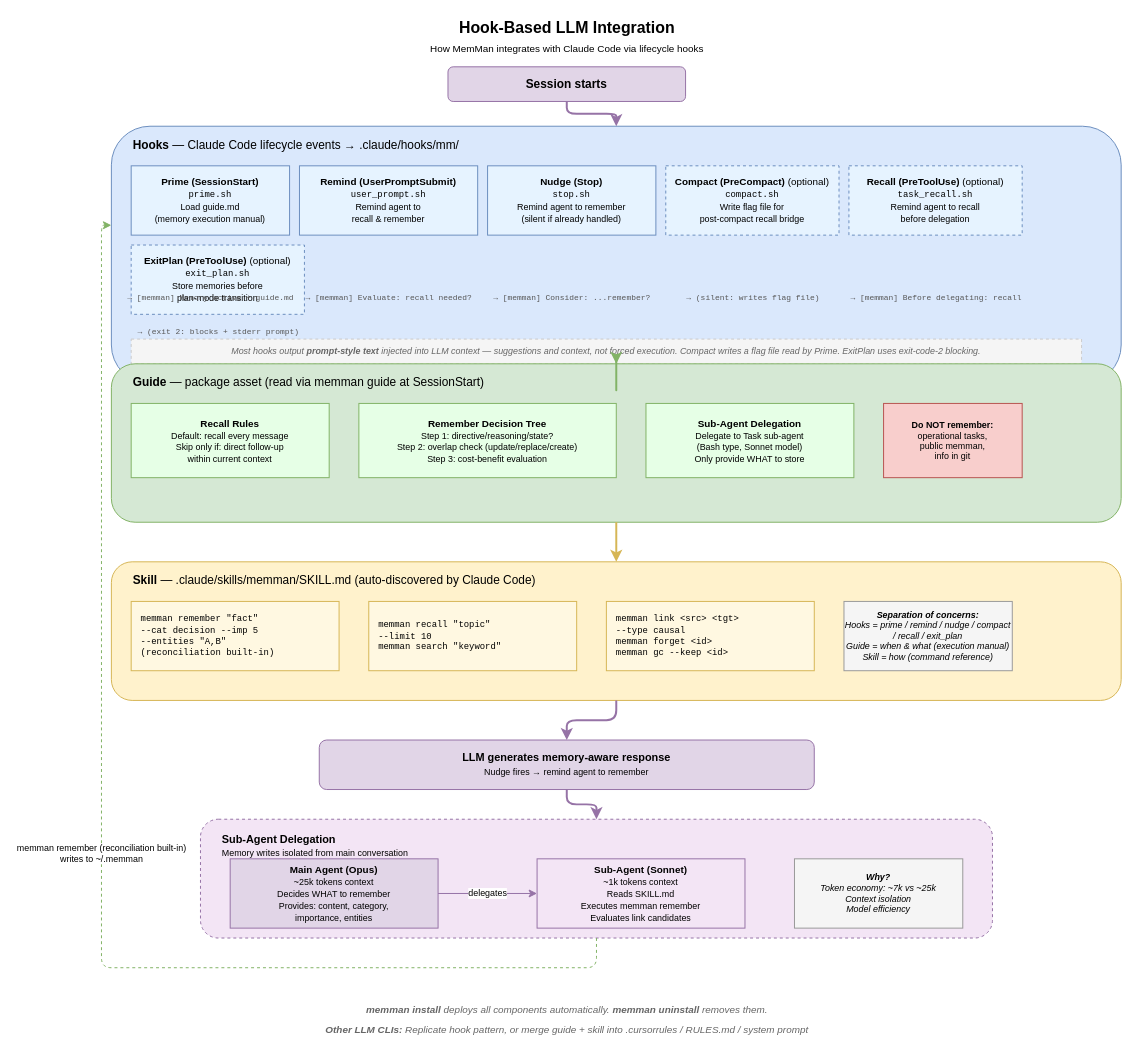
bissli/memman keeps this draw.io diagram as docs/diagrams/08-three-layer-integration.drawio. Above is the earlier version. Source tidied: cells renumbered, new cells numbered last; positions are measured from the earlier drawing's top-left corner, leaving out a move shared by most shapes. Both pictures are drawn from the tidied source at 99%, with x=0, y=0 at pixel (101, 17).
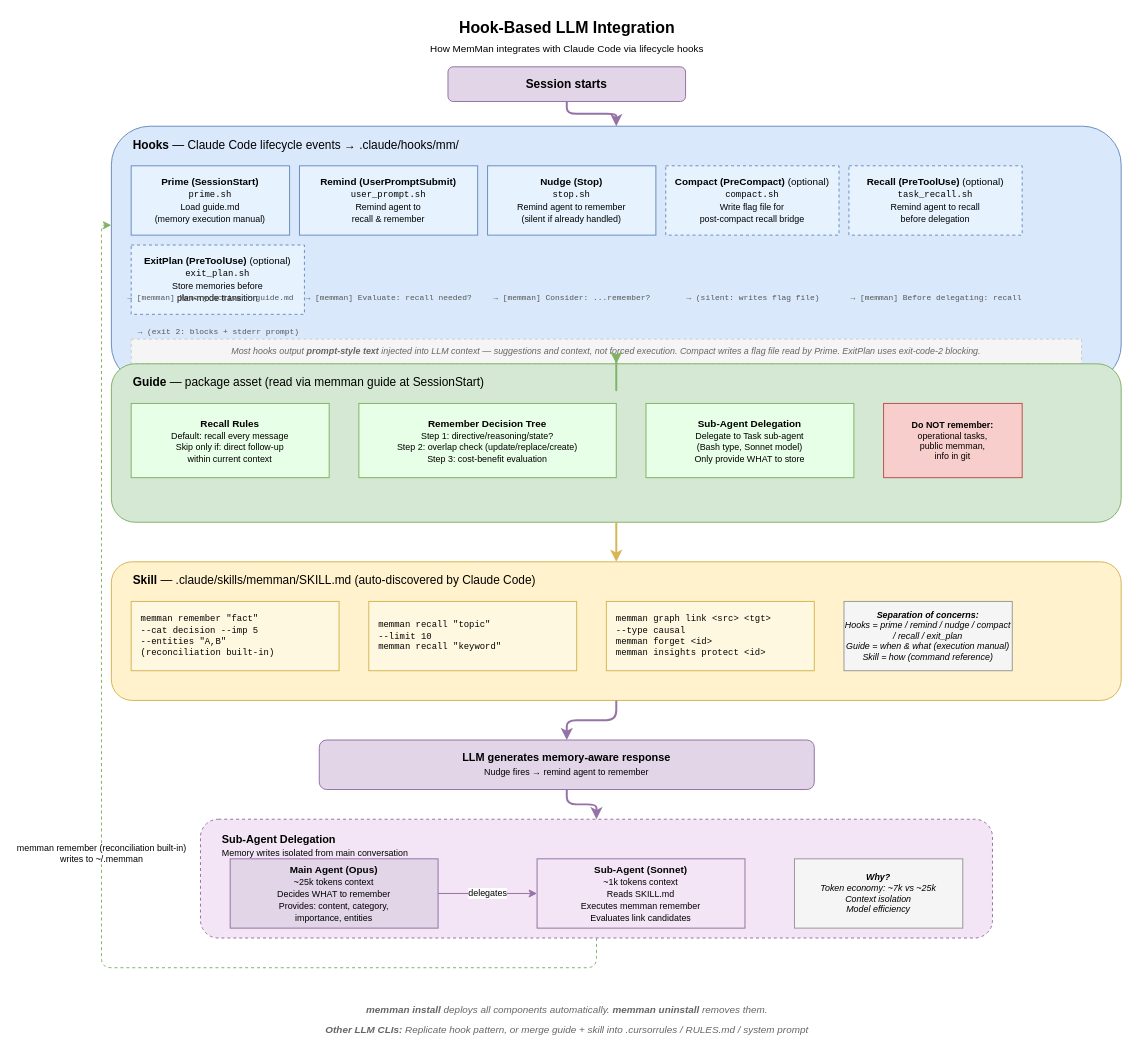
The same page after the edit.

What changed in the source:
```diff
@@
-    <mxCell id="30" value="&lt;font style=&quot;font-family:monospace;font-size:9px&quot;&gt;memman recall &quot;topic&quot;&lt;br&gt;  --limit 10&lt;br&gt;memman search &quot;keyword&quot;&lt;/font&gt;" style="rounded=0;whiteSpace=wrap;html=1;fillColor=#FFF8E1;strokeColor=#d6b656;fontSize=9;align=left;spacingLeft=8;" parent="1" vertex="1">
+    <mxCell id="30" value="&lt;font style=&quot;font-family:monospace;font-size:9px&quot;&gt;memman recall &quot;topic&quot;&lt;br&gt;  --limit 10&lt;br&gt;memman recall &quot;keyword&quot;&lt;/font&gt;" style="rounded=0;whiteSpace=wrap;html=1;fillColor=#FFF8E1;strokeColor=#d6b656;fontSize=9;align=left;spacingLeft=8;" parent="1" vertex="1">
       <mxGeometry x="270" y="590" width="210" height="70" as="geometry" />
     </mxCell>
-    <mxCell id="31" value="&lt;font style=&quot;font-family:monospace;font-size:9px&quot;&gt;memman link &amp;lt;src&amp;gt; &amp;lt;tgt&amp;gt;&lt;br&gt;  --type causal&lt;br&gt;memman forget &amp;lt;id&amp;gt;&lt;br&gt;memman gc --keep &amp;lt;id&amp;gt;&lt;/font&gt;" style="rounded=0;whiteSpace=wrap;html=1;fillColor=#FFF8E1;strokeColor=#d6b656;fontSize=9;align=left;spacingLeft=8;" parent="1" vertex="1">
+    <mxCell id="31" value="&lt;font style=&quot;font-family:monospace;font-size:9px&quot;&gt;memman graph link &amp;lt;src&amp;gt; &amp;lt;tgt&amp;gt;&lt;br&gt;  --type causal&lt;br&gt;memman forget &amp;lt;id&amp;gt;&lt;br&gt;memman insights protect &amp;lt;id&amp;gt;&lt;/font&gt;" style="rounded=0;whiteSpace=wrap;html=1;fillColor=#FFF8E1;strokeColor=#d6b656;fontSize=9;align=left;spacingLeft=8;" parent="1" vertex="1">
       <mxGeometry x="510" y="590" width="210" height="70" as="geometry" />
     </mxCell>
```
